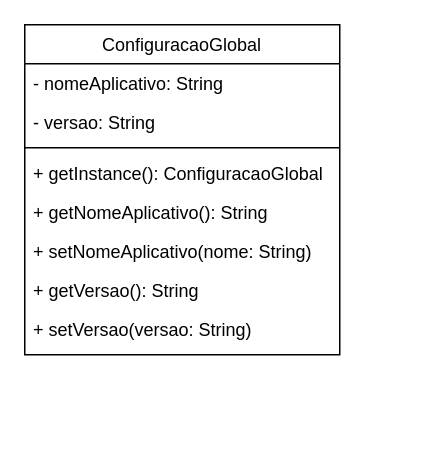
The draw.io diagram Padroes de Projeto de Sistemas/src/Singleton/Diagrama singleton.drawio in marcelosilva7/bertoti, before the edit. Source tidied: cells renumbered, new cells numbered last; positions are measured from the earlier drawing's top-left corner, leaving out a move shared by most shapes. Both pictures are drawn from the tidied source at 150%, with x=0, y=0 at pixel (24, 24).
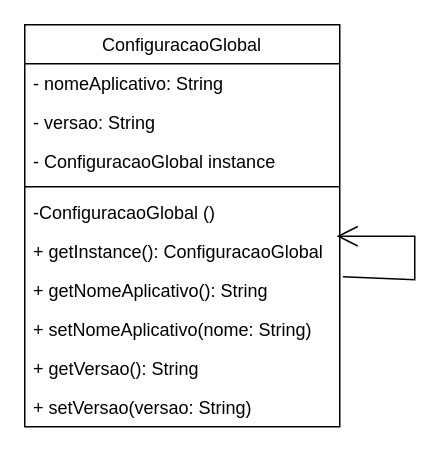
After the change.

The edit, as a diff of the source:
```diff
@@
 <mxGraphModel>
   <root>
     <mxCell id="0" />
     <mxCell id="1" parent="0" />
     <mxCell id="2" value="ConfiguracaoGlobal" style="swimlane;fontStyle=0;align=center;verticalAlign=top;horizontal=1;startSize=26;rounded=0;shadow=0;strokeWidth=1;" parent="1" vertex="1">
-      <mxGeometry width="210" height="220" as="geometry" />
+      <mxGeometry width="210" height="268" as="geometry" />
     </mxCell>
     <mxCell id="3" value="- nomeAplicativo: String" style="text;align=left;verticalAlign=top;spacingLeft=4;spacingRight=4;overflow=hidden;" parent="2" vertex="1">
       <mxGeometry y="26" width="210" height="26" as="geometry" />
     </mxCell>
     <mxCell id="4" value="- versao: String&#10;&#10;" style="text;align=left;verticalAlign=top;spacingLeft=4;spacingRight=4;overflow=hidden;rounded=0;shadow=0;html=0;" parent="2" vertex="1">
       <mxGeometry y="52" width="210" height="26" as="geometry" />
     </mxCell>
+    <mxCell id="11" value="- ConfiguracaoGlobal instance" style="text;align=left;verticalAlign=top;spacingLeft=4;spacingRight=4;overflow=hidden;rounded=0;shadow=0;html=0;" parent="2" vertex="1">
+      <mxGeometry y="78" width="210" height="26" as="geometry" />
+    </mxCell>
     <mxCell id="5" style="line;html=1;strokeWidth=1;align=left;verticalAlign=middle;spacingTop=-1;spacingLeft=3;spacingRight=3;labelPosition=right;" parent="2" vertex="1">
-      <mxGeometry y="78" width="210" height="8" as="geometry" />
+      <mxGeometry y="104" width="210" height="8" as="geometry" />
     </mxCell>
+    <mxCell id="12" value="-ConfiguracaoGlobal ()" style="text;align=left;verticalAlign=top;spacingLeft=4;spacingRight=4;overflow=hidden;" parent="2" vertex="1">
+      <mxGeometry y="112" width="210" height="26" as="geometry" />
+    </mxCell>
     <mxCell id="6" value="+ getInstance(): ConfiguracaoGlobal" style="text;align=left;verticalAlign=top;spacingLeft=4;spacingRight=4;overflow=hidden;points=[[0,0.5],[1,0.5]];portConstraint=eastwest;" parent="2" vertex="1">
-      <mxGeometry y="86" width="210" height="26" as="geometry" />
+      <mxGeometry y="138" width="210" height="26" as="geometry" />
     </mxCell>
     <mxCell id="7" value="+ getNomeAplicativo(): String" style="text;align=left;verticalAlign=top;spacingLeft=4;spacingRight=4;overflow=hidden;points=[[0,0.5],[1,0.5]];portConstraint=eastwest;" parent="2" vertex="1">
-      <mxGeometry y="112" width="210" height="26" as="geometry" />
+      <mxGeometry y="164" width="210" height="26" as="geometry" />
     </mxCell>
     <mxCell id="8" value="+ setNomeAplicativo(nome: String)" style="text;align=left;verticalAlign=top;spacingLeft=4;spacingRight=4;overflow=hidden;" parent="2" vertex="1">
-      <mxGeometry y="138" width="210" height="26" as="geometry" />
+      <mxGeometry y="190" width="210" height="26" as="geometry" />
     </mxCell>
     <mxCell id="9" value=" + getVersao(): String" style="text;align=left;verticalAlign=top;spacingLeft=4;spacingRight=4;overflow=hidden;" parent="2" vertex="1">
-      <mxGeometry y="164" width="210" height="26" as="geometry" />
+      <mxGeometry y="216" width="210" height="26" as="geometry" />
     </mxCell>
     <mxCell id="10" value=" + setVersao(versao: String)" style="text;align=left;verticalAlign=top;spacingLeft=4;spacingRight=4;overflow=hidden;" parent="2" vertex="1">
-      <mxGeometry y="190" width="210" height="26" as="geometry" />
+      <mxGeometry y="242" width="210" height="26" as="geometry" />
     </mxCell>
+    <mxCell id="13" style="endArrow=open;endFill=1;endSize=12;html=1;rounded=0;exitX=1.01;exitY=0.154;exitDx=0;exitDy=0;exitPerimeter=0;entryX=0.99;entryY=0.115;entryDx=0;entryDy=0;entryPerimeter=0;" parent="2" edge="1" source="7" target="6">
+      <mxGeometry relative="1" as="geometry">
+        <Array as="points">
+          <mxPoint x="260" y="170" />
+          <mxPoint x="260" y="160" />
+          <mxPoint x="260" y="141" />
+        </Array>
+      </mxGeometry>
+    </mxCell>
   </root>
 </mxGraphModel>
```
